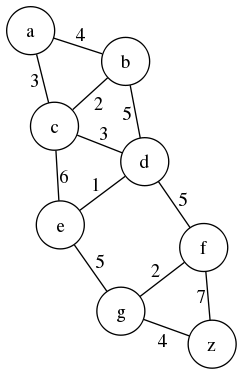
vietlq/graph-tuts keeps this Graphviz diagram as bai3.png. Above is the earlier version. Its source is kept beside it as bai3.dot.
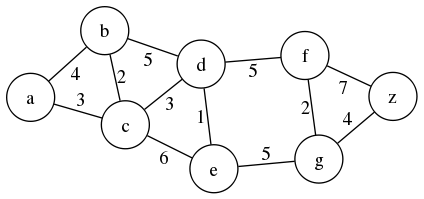
Later version of the same file.

The edit, as a diff of the source:
```diff
@@ -19,4 +19,13 @@
     f -- z [label="7"];
 
     g -- z [label="4"];
+
+    a [pos="0, 0"];
+    b [pos="1, 1"];
+    c [pos="1, -1"];
+    d [pos="3, 1"];
+    e [pos="3, -1"];
+    f [pos="5, 1"];
+    g [pos="5, -1"];
+    z [pos="6, 0"]
 }
```
